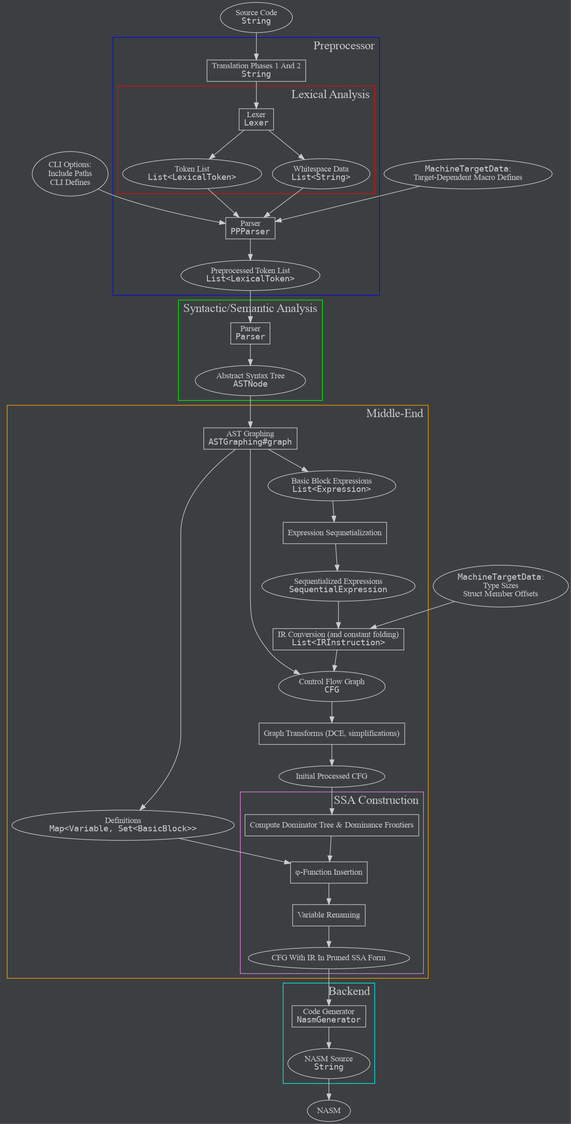
Above: readme-resources/compiler-pipeline.png in slak44/ckompiler (Graphviz), before the change. Its source is kept beside it as readme-resources/compiler-pipeline.dot.
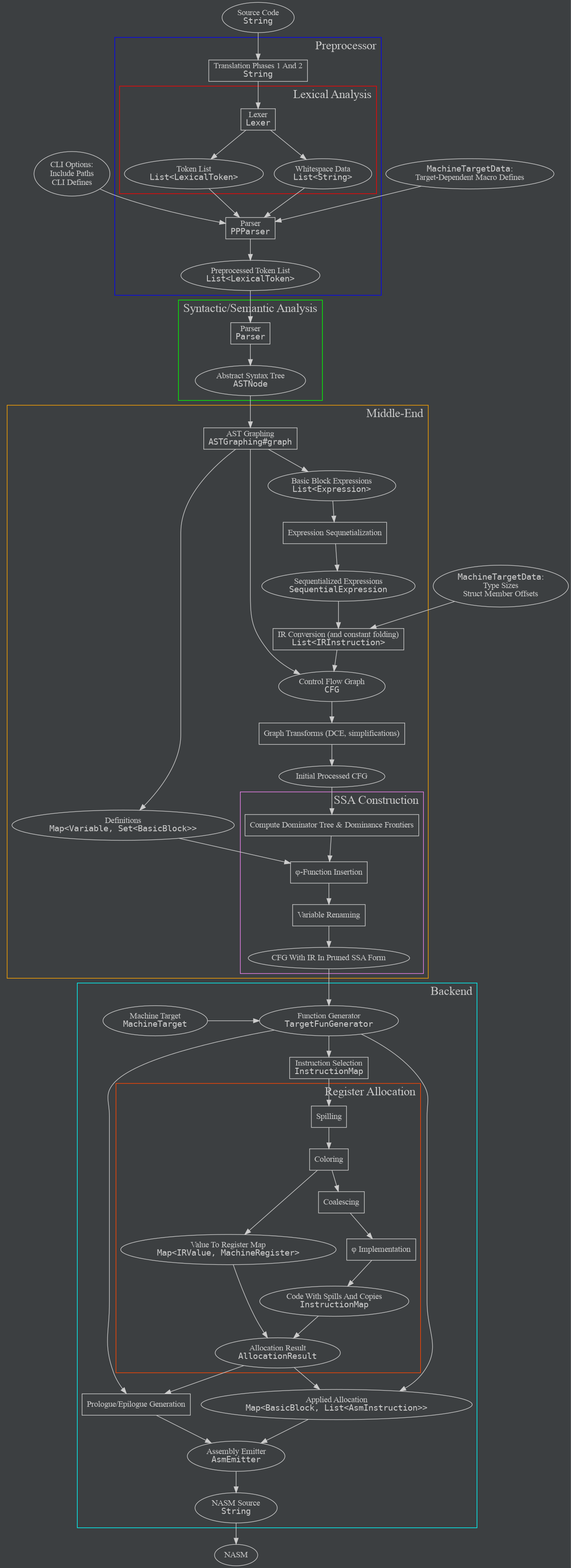
Above is the later version.

Diff of the diagram source:
```diff
@@ -28,7 +28,19 @@
   phiInsertion[label="φ-Function Insertion",shape=box];
   variableRename[label="Variable Renaming",shape=box];
   ssaFormCFG[label="CFG With IR In Pruned SSA Form"];
-  codeGenerator[label=<Code Generator<br/><font point-size="14" face="monospace">NasmGenerator</font>>,shape=box];
+  codeGenerator[label=<Function Generator<br/><font point-size="14" face="monospace">TargetFunGenerator</font>>];
+  machineTarget[label=<Machine Target<br/><font point-size="14" face="monospace">MachineTarget</font>>];
+  isel[label=<Instruction Selection<br/><font point-size="14" face="monospace">InstructionMap</font>>,shape=box];
+  spilling[label="Spilling",shape=box];
+  coloring[label="Coloring",shape=box];
+  allocation[label=<Value To Register Map<br/><font point-size="14" face="monospace">Map&lt;IRValue, MachineRegister&gt;</font>>];
+  coalescing[label="Coalescing",shape=box];
+  phiRemoval[label="φ Implementation",shape=box];
+  modifiedCode[label=<Code With Spills And Copies<br/><font point-size="14" face="monospace">InstructionMap</font>>];
+  allocResult[label=<Allocation Result<br/><font point-size="14" face="monospace">AllocationResult</font>>];
+  prologueEpilogue[label="Prologue/Epilogue Generation",shape=box];
+  appliedAlloc[label=<Applied Allocation<br/><font point-size="14" face="monospace">Map&lt;BasicBlock, List&lt;AsmInstruction&gt;&gt;</font>>];
+  asmEmitter[label=<Assembly Emitter<br/><font point-size="14" face="monospace">AsmEmitter</font>>];
   nasmCode[label=<NASM Source<br/><font point-size="14" face="monospace">String</font>>];
   assembler[label="NASM"];
 
@@ -52,7 +64,21 @@
 
   {definitions, domFrontier} -> phiInsertion;
 
-  phiInsertion -> variableRename -> ssaFormCFG -> codeGenerator -> nasmCode -> assembler;
+  phiInsertion -> variableRename -> ssaFormCFG -> codeGenerator -> isel;
+
+  machineTarget -> codeGenerator[constraint=false];
+
+  isel -> spilling -> coloring -> coalescing -> phiRemoval;
+
+  coloring -> allocation;
+
+  allocation -> allocResult;
+
+  phiRemoval -> modifiedCode -> allocResult;
+
+  {codeGenerator, allocResult} -> {prologueEpilogue, appliedAlloc} -> asmEmitter;
+
+  asmEmitter -> nasmCode -> assembler;
 
   subgraph cluster_preprocessor {
     trPhase1And2; ppParser; ppTokens;
@@ -86,7 +112,13 @@
     color="orange";
   }
   subgraph cluster_backend {
-    codeGenerator; nasmCode;
+    codeGenerator; machineTarget; isel; prologueEpilogue; appliedAlloc; asmEmitter; nasmCode;
+    subgraph cluster_regalloc {
+      spilling; coloring; coalescing; phiRemoval; allocation; modifiedCode; allocResult;
+      label=<<font color="#CCCCCCFF" point-size="20">Register Allocation</font>>;
+      labeljust="right";
+      color="orangered";
+    }
     label=<<font color="#CCCCCCFF" point-size="20">Backend</font>>;
     labeljust="right";
     color="cyan";
```
